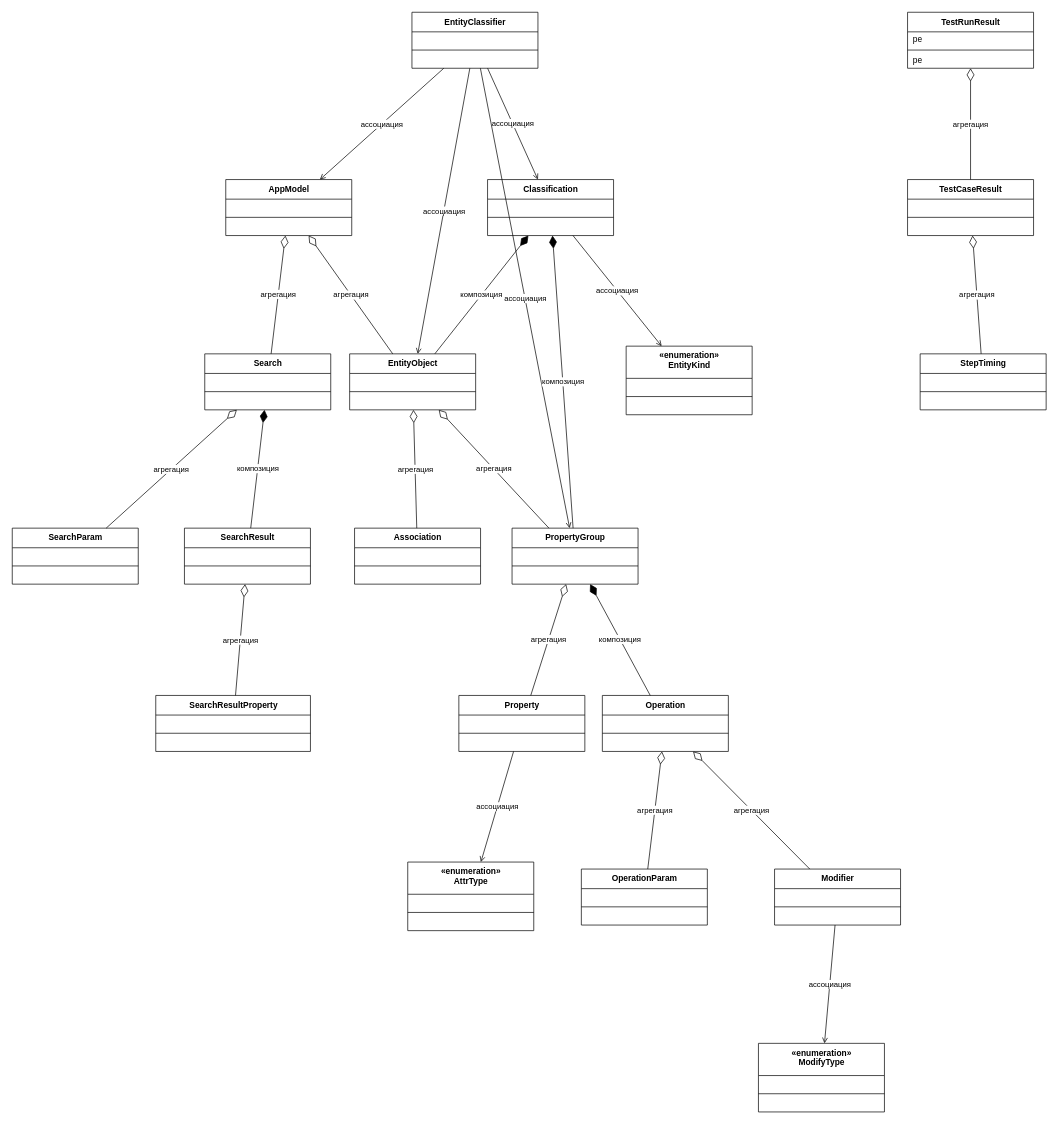
This is page "Рис.45 Model (уточнённая)" (8 of 18) of VKR_class_diagrams.drawio from nastolbov/diplom23, a draw.io file, before an edit. Source tidied: cells renumbered, new cells numbered last; positions are measured from the earlier drawing's top-left corner, leaving out a move shared by most shapes. Both pictures are drawn from the tidied source at 70%, with x=0, y=0 at pixel (12, 12).
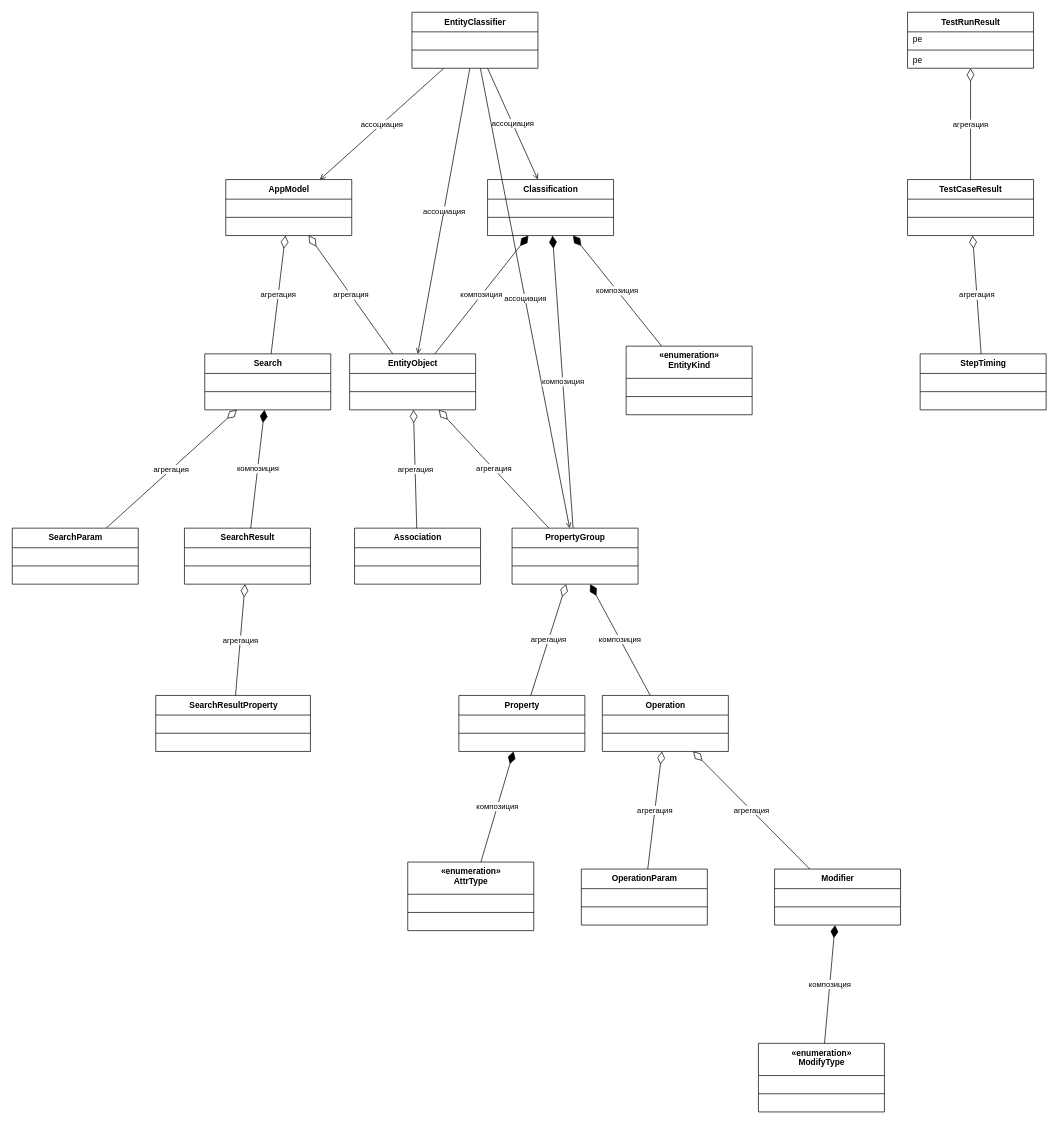
The same page after the edit.

The change refers to these unchanged cells:
```xml
<mxCell id="14" value="Classification" style="swimlane;html=1;fontStyle=1;align=center;verticalAlign=top;horizontal=1;startSize=28;" parent="1" vertex="1">
  <mxGeometry x="679" y="239" width="180" height="80" as="geometry" />
</mxCell>
<mxCell id="22" value="«enumeration»&lt;br&gt;EntityKind" style="swimlane;html=1;fontStyle=1;align=center;verticalAlign=top;horizontal=1;startSize=46;" parent="1" vertex="1">
  <mxGeometry x="877" y="477" width="180" height="98" as="geometry" />
</mxCell>
<mxCell id="58" value="Property" style="swimlane;html=1;fontStyle=1;align=center;verticalAlign=top;horizontal=1;startSize=28;" parent="1" vertex="1">
  <mxGeometry x="638" y="976" width="180" height="80" as="geometry" />
</mxCell>
<mxCell id="66" value="«enumeration»&lt;br&gt;AttrType" style="swimlane;html=1;fontStyle=1;align=center;verticalAlign=top;horizontal=1;startSize=46;" parent="1" vertex="1">
  <mxGeometry x="565" y="1214" width="180" height="98" as="geometry" />
</mxCell>
<mxCell id="74" value="Modifier" style="swimlane;html=1;fontStyle=1;align=center;verticalAlign=top;horizontal=1;startSize=28;" parent="1" vertex="1">
  <mxGeometry x="1089" y="1224" width="180" height="80" as="geometry" />
</mxCell>
<mxCell id="78" value="«enumeration»&lt;br&gt;ModifyType" style="swimlane;html=1;fontStyle=1;align=center;verticalAlign=top;horizontal=1;startSize=46;" parent="1" vertex="1">
  <mxGeometry x="1066" y="1473" width="180" height="98" as="geometry" />
</mxCell>
```

Diff of the diagram source:
```diff
@@
-    <mxCell id="90" value="ассоциация" style="html=1;endArrow=open;startArrow=none;rounded=0;" parent="1" edge="1" source="14" target="22">
+    <mxCell id="90" value="композиция" style="html=1;endArrow=none;startArrow=diamondThin;startFill=1;startSize=16;rounded=0;" parent="1" edge="1" source="14" target="22">
       <mxGeometry relative="1" as="geometry" />
     </mxCell>
@@
-    <mxCell id="98" value="ассоциация" style="html=1;endArrow=open;startArrow=none;rounded=0;" parent="1" edge="1" source="58" target="66">
+    <mxCell id="98" value="композиция" style="html=1;endArrow=none;startArrow=diamondThin;startFill=1;startSize=16;rounded=0;" parent="1" edge="1" source="58" target="66">
       <mxGeometry relative="1" as="geometry" />
     </mxCell>
@@
-    <mxCell id="101" value="ассоциация" style="html=1;endArrow=open;startArrow=none;rounded=0;" parent="1" edge="1" source="74" target="78">
+    <mxCell id="101" value="композиция" style="html=1;endArrow=none;startArrow=diamondThin;startFill=1;startSize=16;rounded=0;" parent="1" edge="1" source="74" target="78">
       <mxGeometry relative="1" as="geometry" />
     </mxCell>
```
